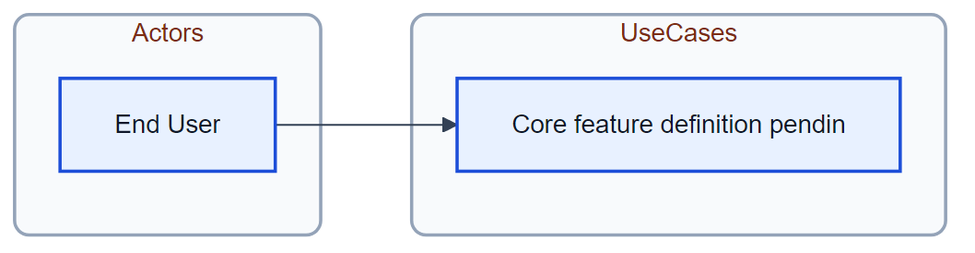
Before: backend/beta/static/Untitled_Project_use_case.png, a diagram exported from Mermaid (nilo-yinc/DocuVerse). Its source is kept beside it as backend/beta/static/Untitled_Project_use_case.mmd. The source it was exported from:
```mermaid
flowchart LR
    subgraph Actors
        direction TB
        A0["End User"]
    end
    subgraph UseCases
        UC0["Core feature definition pendin"]
    end
    A0 --> UC0
```
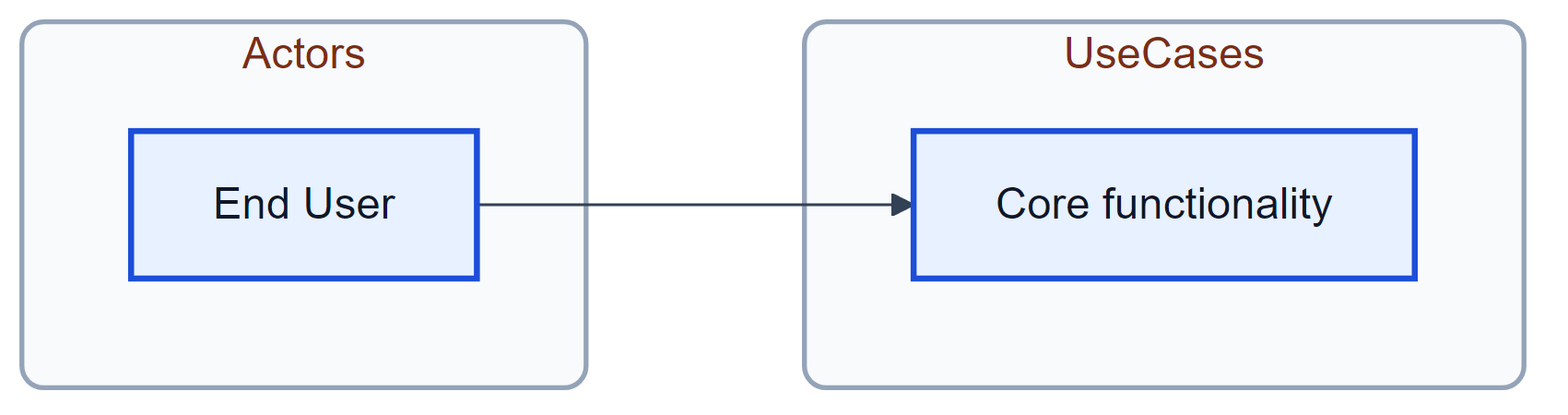
After the commit.

Diff of the diagram source:
```diff
@@ -4,6 +4,6 @@
         A0["End User"]
     end
     subgraph UseCases
-        UC0["Core feature definition pendin"]
+        UC0["Core functionality"]
     end
     A0 --> UC0
```
